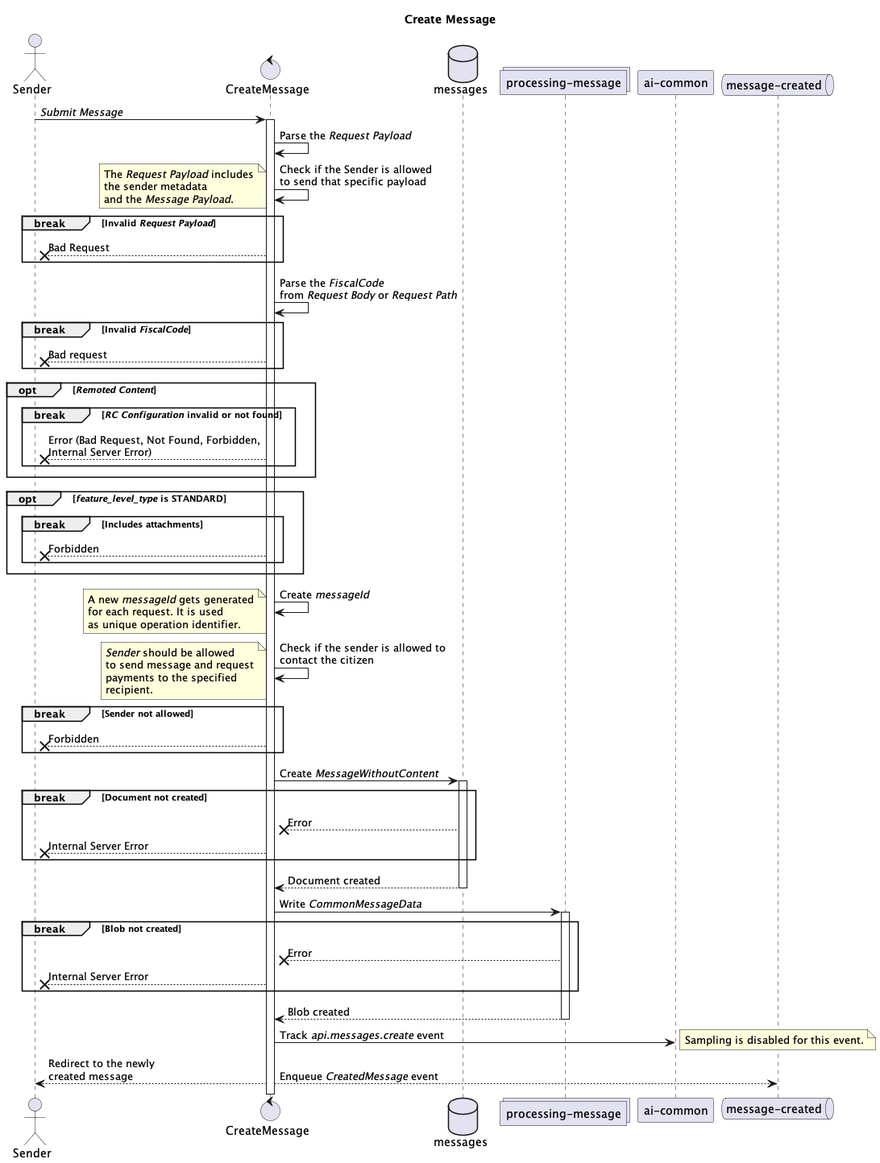
pagopa/io-messages keeps this PlantUML diagram as docs/CreateMessage/create-message.png. Above is the earlier version.
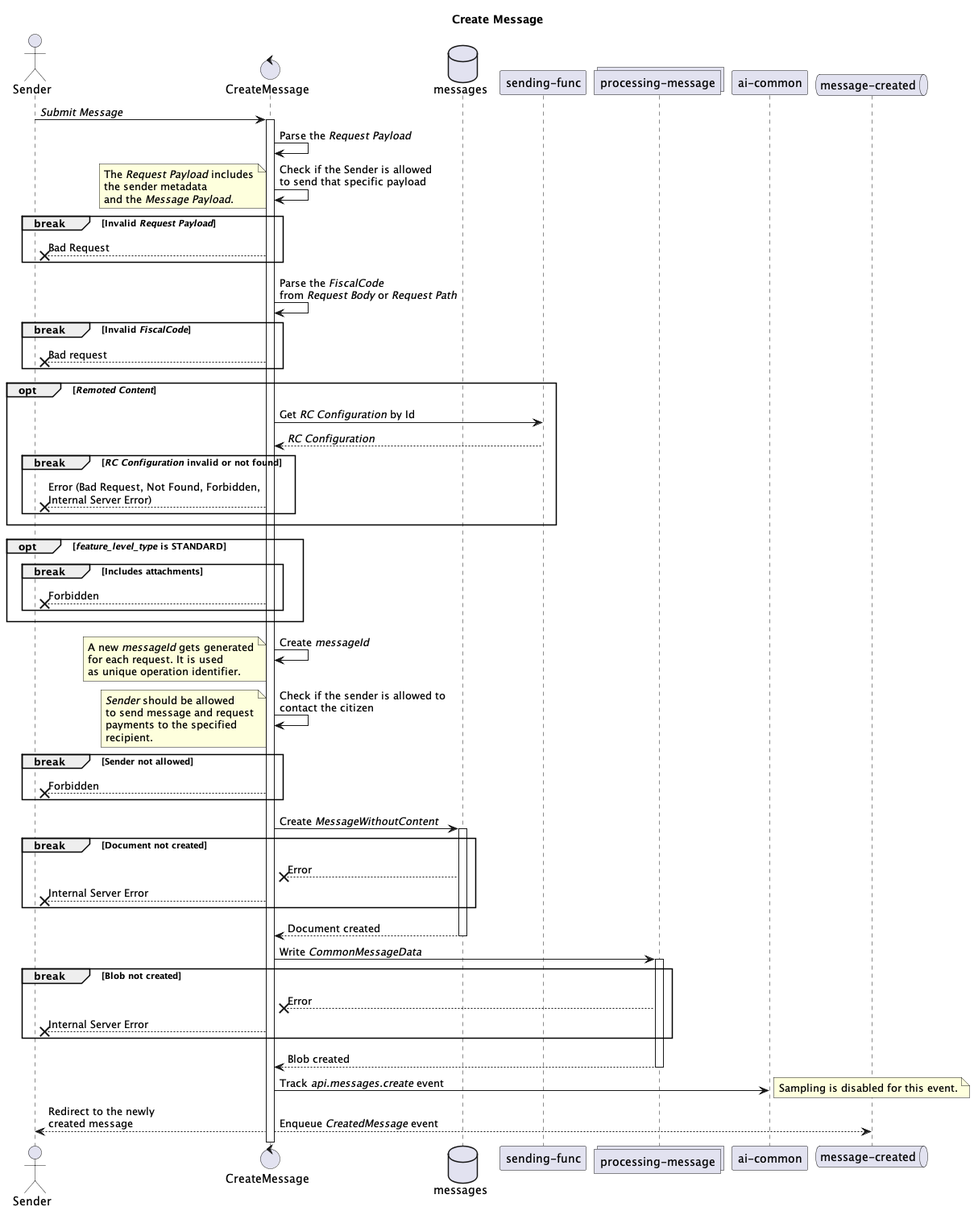
The same file after the commit.

Change to the diagram source:
```diff
@@ -6,6 +6,7 @@
 actor sender as "Sender"
 control fn as "CreateMessage"
 database db as "messages"
+participant sendingfn as "sending-func"
 collections st as "processing-message"
 participant ai as "ai-common"
 queue q as "message-created"
@@ -33,6 +34,10 @@
 end
 
 opt //Remoted Content//
+
+  fn -> sendingfn: Get //RC Configuration// by Id
+  sendingfn --> fn: //RC Configuration//
+
   break //RC Configuration// invalid or not found
     fn --x sender: Error (Bad Request, Not Found, Forbidden,\nInternal Server Error)
   end
```
